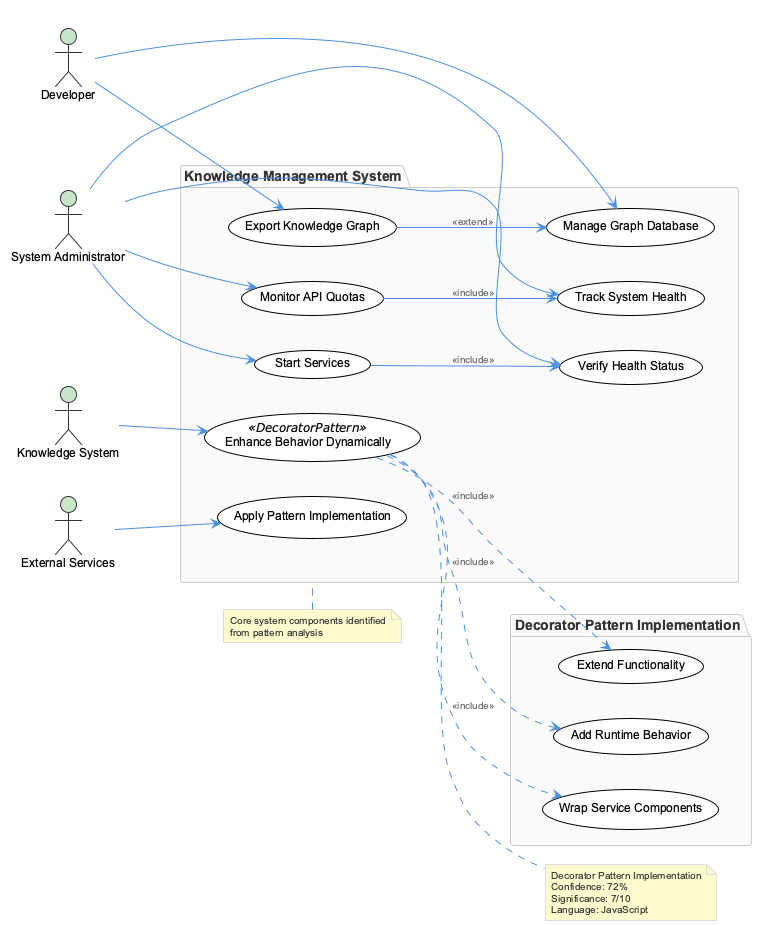
The PlantUML diagram knowledge-management/insights/images/decorator-pattern-use-cases.png in fwornle/coding, before a commit. Source of this version:
```plantuml
@startuml
!include /Users/q284340/Agentic/coding/docs/puml/_standard-style.puml

left to right direction

actor "Developer" as dev
actor "System Administrator" as admin
actor "Knowledge System" as ks
actor "External Services" as ext

package "Knowledge Management System" {
  usecase "Export Knowledge Graph" as export
  usecase "Manage Graph Database" as manage_db
  usecase "Monitor API Quotas" as quota
  usecase "Track System Health" as health
  usecase "Start Services" as start_services
  usecase "Verify Health Status" as verify_health
  usecase "Enhance Behavior Dynamically" as enhance <<DecoratorPattern>>
  usecase "Apply Pattern Implementation" as apply_pattern
}

package "Decorator Pattern Implementation" {
  usecase "Add Runtime Behavior" as add_behavior
  usecase "Wrap Service Components" as wrap_services
  usecase "Extend Functionality" as extend_func
}

dev --> export
dev --> manage_db
admin --> quota
admin --> health
admin --> start_services
admin --> verify_health
ks --> enhance
ext --> apply_pattern

enhance ..> add_behavior : <<include>>
enhance ..> wrap_services : <<include>>
enhance ..> extend_func : <<include>>

export --> manage_db : <<extend>>
quota --> health : <<include>>
start_services --> verify_health : <<include>>

note right of enhance
  Decorator Pattern Implementation
  Confidence: 72%
  Significance: 7/10
  Language: JavaScript
end note

note top of "Knowledge Management System"
  Core system components identified
  from pattern analysis
end note

@enduml
```
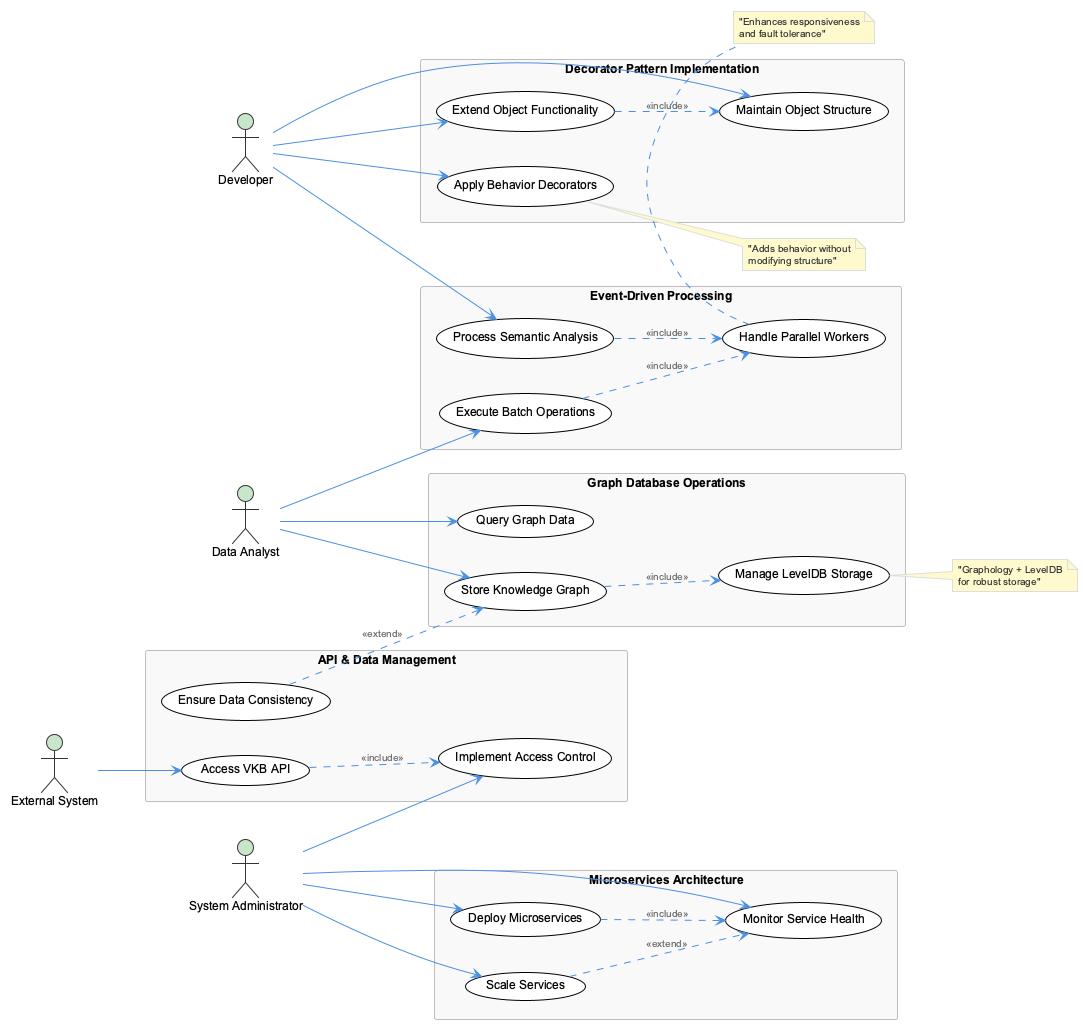
The same file after the commit.

What changed in the source:
```diff
@@ -3,55 +3,69 @@
 
 left to right direction
 
+actor "System Administrator" as admin
 actor "Developer" as dev
-actor "System Administrator" as admin
-actor "Knowledge System" as ks
-actor "External Services" as ext
+actor "Data Analyst" as analyst
+actor "External System" as external
 
-package "Knowledge Management System" {
-  usecase "Export Knowledge Graph" as export
-  usecase "Manage Graph Database" as manage_db
-  usecase "Monitor API Quotas" as quota
-  usecase "Track System Health" as health
-  usecase "Start Services" as start_services
-  usecase "Verify Health Status" as verify_health
-  usecase "Enhance Behavior Dynamically" as enhance <<DecoratorPattern>>
-  usecase "Apply Pattern Implementation" as apply_pattern
+rectangle "Microservices Architecture" {
+    usecase "Deploy Microservices" as deploy
+    usecase "Monitor Service Health" as monitor
+    usecase "Scale Services" as scale
 }
 
-package "Decorator Pattern Implementation" {
-  usecase "Add Runtime Behavior" as add_behavior
-  usecase "Wrap Service Components" as wrap_services
-  usecase "Extend Functionality" as extend_func
+rectangle "Graph Database Operations" {
+    usecase "Store Knowledge Graph" as store
+    usecase "Query Graph Data" as query
+    usecase "Manage LevelDB Storage" as leveldb
 }
 
-dev --> export
-dev --> manage_db
-admin --> quota
-admin --> health
-admin --> start_services
-admin --> verify_health
-ks --> enhance
-ext --> apply_pattern
+rectangle "Event-Driven Processing" {
+    usecase "Process Semantic Analysis" as semantic
+    usecase "Execute Batch Operations" as batch
+    usecase "Handle Parallel Workers" as parallel
+}
 
-enhance ..> add_behavior : <<include>>
-enhance ..> wrap_services : <<include>>
-enhance ..> extend_func : <<include>>
+rectangle "Decorator Pattern Implementation" {
+    usecase "Apply Behavior Decorators" as decorate
+    usecase "Extend Object Functionality" as extend
+    usecase "Maintain Object Structure" as maintain
+}
 
-export --> manage_db : <<extend>>
-quota --> health : <<include>>
-start_services --> verify_health : <<include>>
+rectangle "API & Data Management" {
+    usecase "Access VKB API" as vkbapi
+    usecase "Implement Access Control" as access
+    usecase "Ensure Data Consistency" as consistency
+}
 
-note right of enhance
-  Decorator Pattern Implementation
-  Confidence: 72%
-  Significance: 7/10
-  Language: JavaScript
-end note
+admin --> deploy
+admin --> monitor
+admin --> scale
+admin --> access
 
-note top of "Knowledge Management System"
-  Core system components identified
-  from pattern analysis
-end note
+dev --> decorate
+dev --> extend
+dev --> maintain
+dev --> semantic
+
+analyst --> query
+analyst --> store
+analyst --> batch
+
+external --> vkbapi
+
+deploy ..> monitor : <<include>>
+semantic ..> parallel : <<include>>
+batch ..> parallel : <<include>>
+store ..> leveldb : <<include>>
+vkbapi ..> access : <<include>>
+extend ..> maintain : <<include>>
+
+scale ..> monitor : <<extend>>
+consistency ..> store : <<extend>>
+
+note right of decorate : "Adds behavior without\nmodifying structure"
+note bottom of parallel : "Enhances responsiveness\nand fault tolerance"
+note right of leveldb : "Graphology + LevelDB\nfor robust storage"
 
 @enduml
```
